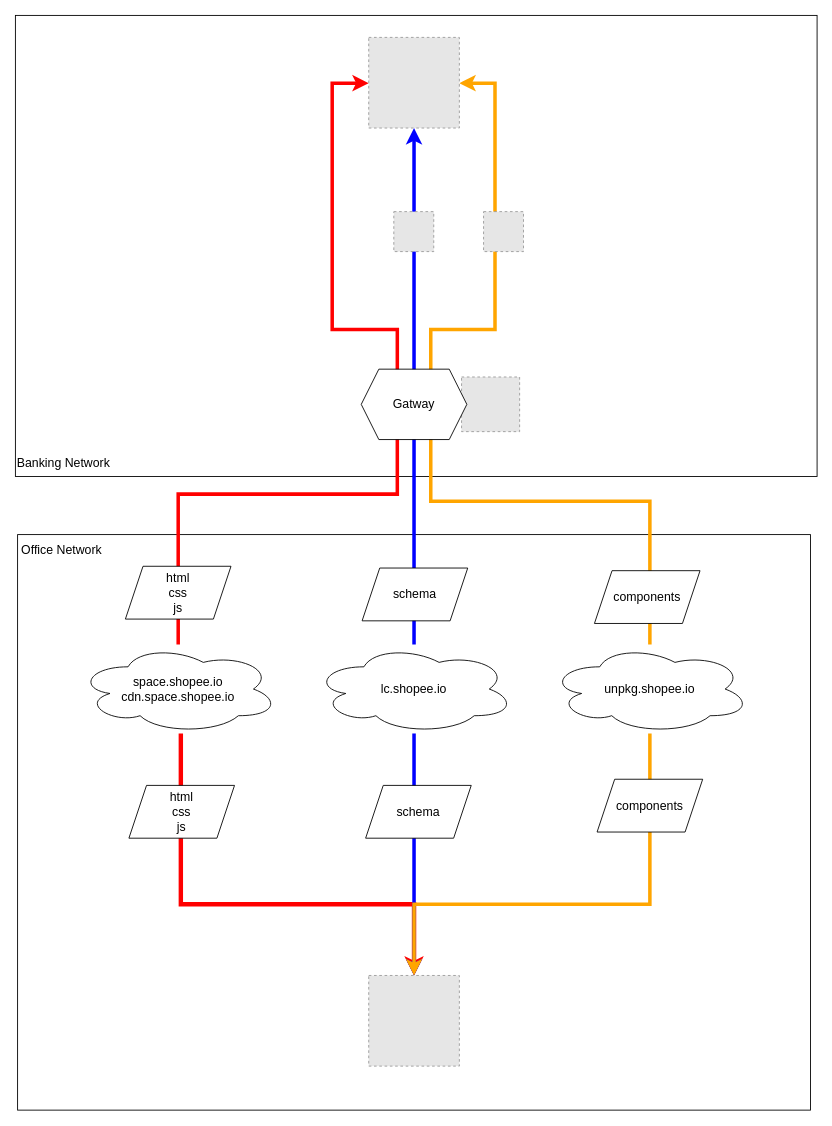
This is 隔离环境.drawio from Zsynuting/diagram, a draw.io file, before an edit. Source tidied: cells renumbered, new cells numbered last; positions are measured from the earlier drawing's top-left corner, leaving out a move shared by most shapes. Both pictures are drawn from the tidied source at 88%, with x=0, y=0 at pixel (15, 15). Pictures stored in the file or linked from it are replaced by grey dashed boxes.
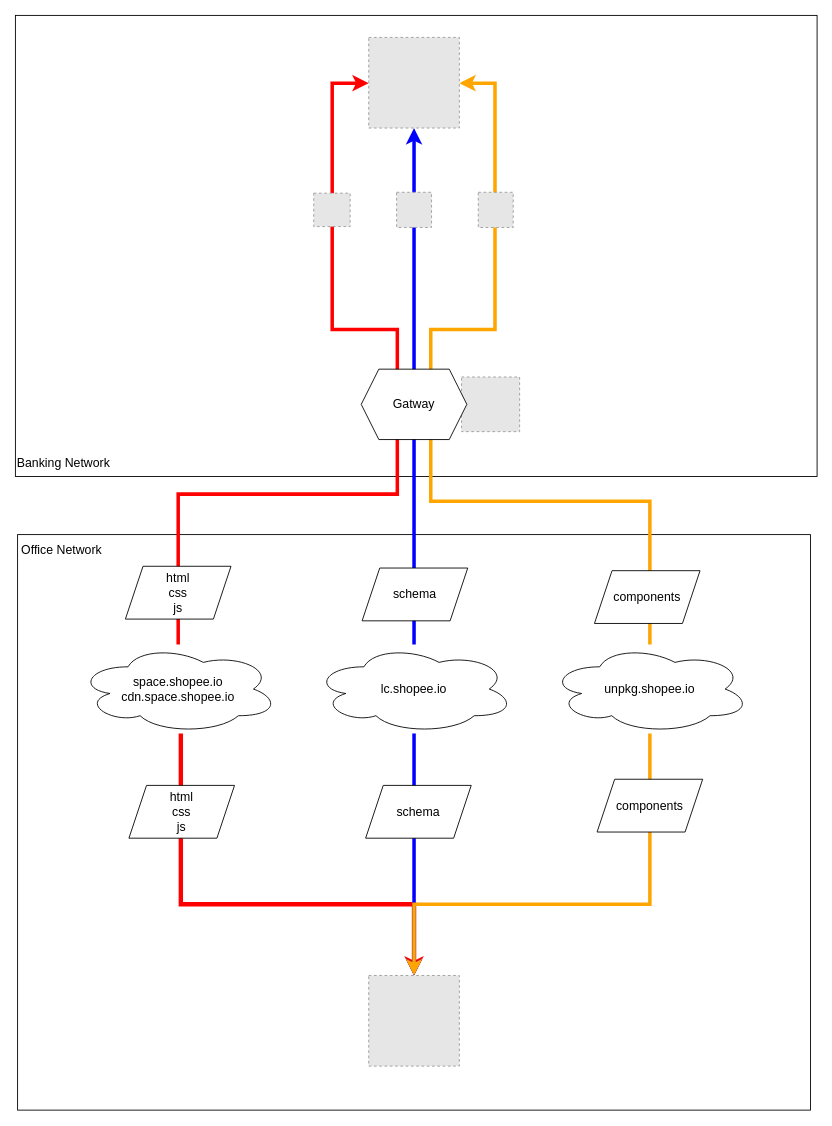
The same page after the edit.

Commit message (it also covers changes not shown here):
更新隔离环境.drawio

Diff of the diagram source:
```diff
@@
-    <mxCell id="23" style="fillColor=#E6E6E6;strokeColor=#999999;dashed=1;verticalLabelPosition=bottom;labelBackgroundColor=default;verticalAlign=top;" parent="1" vertex="1">
-      <mxGeometry x="430" y="223" width="45.4" height="45.4" as="geometry" />
-    </mxCell>
-    <mxCell id="24" style="fillColor=#E6E6E6;strokeColor=#999999;dashed=1;verticalLabelPosition=bottom;labelBackgroundColor=default;verticalAlign=top;" parent="1" vertex="1">
-      <mxGeometry x="532" y="223" width="45.4" height="45.4" as="geometry" />
-    </mxCell>
@@
+    <mxCell id="27" style="fillColor=#E6E6E6;strokeColor=#999999;dashed=1;verticalLabelPosition=bottom;labelBackgroundColor=default;verticalAlign=top;" parent="1" vertex="1">
+      <mxGeometry x="339" y="202" width="41.4" height="38" as="geometry" />
+    </mxCell>
+    <mxCell id="28" style="fillColor=#E6E6E6;strokeColor=#999999;dashed=1;verticalLabelPosition=bottom;labelBackgroundColor=default;verticalAlign=top;" parent="1" vertex="1">
+      <mxGeometry x="433.2" y="201" width="39.7" height="40" as="geometry" />
+    </mxCell>
+    <mxCell id="29" style="fillColor=#E6E6E6;strokeColor=#999999;dashed=1;verticalLabelPosition=bottom;labelBackgroundColor=default;verticalAlign=top;" parent="1" vertex="1">
+      <mxGeometry x="526" y="201" width="39.7" height="40" as="geometry" />
+    </mxCell>
```
